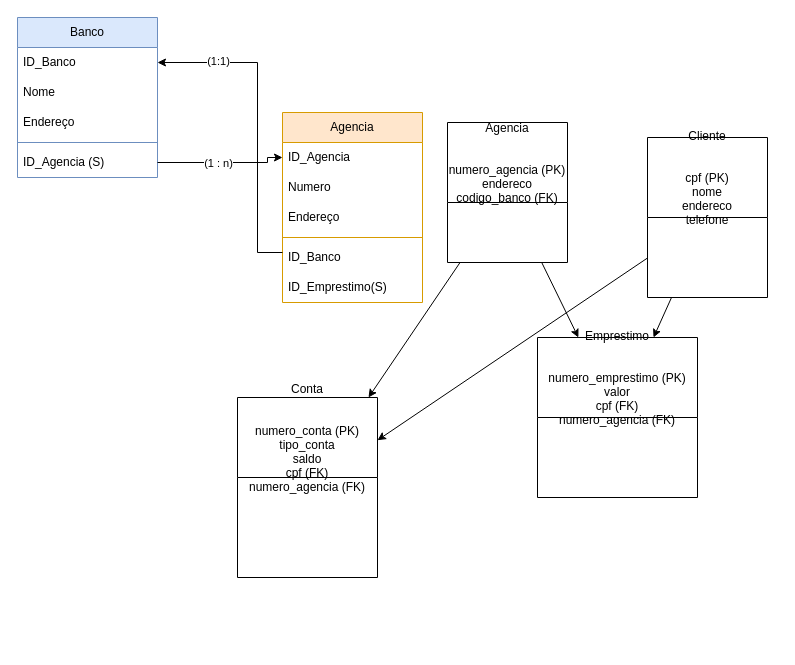
Above: Untitled Diagram.drawio in gv01d/BD (draw.io), before the change. Source tidied: cells renumbered, new cells numbered last; positions are measured from the earlier drawing's top-left corner, leaving out a move shared by most shapes. Both pictures are drawn from the tidied source at 100%, with x=0, y=0 at pixel (17, 17).
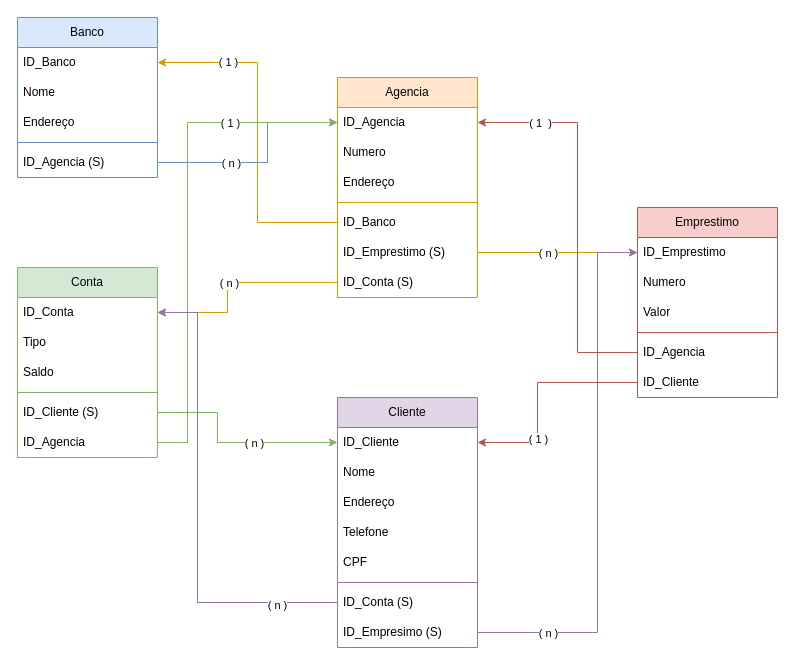
The same page after the edit.

The change refers to these unchanged cells:
```xml
<mxCell id="11" value="ID_Banco" style="text;strokeColor=none;fillColor=none;align=left;verticalAlign=middle;spacingLeft=4;spacingRight=4;overflow=hidden;points=[[0,0.5],[1,0.5]];portConstraint=eastwest;whiteSpace=wrap;html=1;" parent="10" vertex="1">
  <mxGeometry y="30" width="140" height="30" as="geometry" />
</mxCell>
<mxCell id="15" value="ID_Agencia (S)" style="text;strokeColor=none;fillColor=none;align=left;verticalAlign=middle;spacingLeft=4;spacingRight=4;overflow=hidden;points=[[0,0.5],[1,0.5]];portConstraint=eastwest;whiteSpace=wrap;html=1;" parent="10" vertex="1">
  <mxGeometry y="130" width="140" height="30" as="geometry" />
</mxCell>
<mxCell id="17" value="ID_Agencia" style="text;strokeColor=none;fillColor=none;align=left;verticalAlign=middle;spacingLeft=4;spacingRight=4;overflow=hidden;points=[[0,0.5],[1,0.5]];portConstraint=eastwest;whiteSpace=wrap;html=1;" parent="16" vertex="1">
  <mxGeometry y="30" width="140" height="30" as="geometry" />
</mxCell>
<mxCell id="21" value="ID_Banco" style="text;strokeColor=none;fillColor=none;align=left;verticalAlign=middle;spacingLeft=4;spacingRight=4;overflow=hidden;points=[[0,0.5],[1,0.5]];portConstraint=eastwest;whiteSpace=wrap;html=1;" parent="16" vertex="1">
  <mxGeometry y="130" width="140" height="30" as="geometry" />
</mxCell>
```

Diff of the diagram source:
```diff
@@
-    <mxCell id="2" value="Agencia&#10;&#10;&#10;numero_agencia (PK)&#10;endereco&#10;codigo_banco (FK)" style="shape=swimlane;horizontal=1;startSize=80;swimlaneFillColor=#ffffff;" parent="1" vertex="1">
-      <mxGeometry x="430" y="105" width="120" height="140" as="geometry" />
-    </mxCell>
-    <mxCell id="3" value="Cliente&#10;&#10;&#10;cpf (PK)&#10;nome&#10;endereco&#10;telefone" style="shape=swimlane;horizontal=1;startSize=80;swimlaneFillColor=#ffffff;" parent="1" vertex="1">
-      <mxGeometry x="630" y="120" width="120" height="160" as="geometry" />
-    </mxCell>
-    <mxCell id="4" value="Conta&#10;&#10;&#10;numero_conta (PK)&#10;tipo_conta&#10;saldo&#10;cpf (FK)&#10;numero_agencia (FK)" style="shape=swimlane;horizontal=1;startSize=80;swimlaneFillColor=#ffffff;" parent="1" vertex="1">
-      <mxGeometry x="220" y="380" width="140" height="180" as="geometry" />
-    </mxCell>
-    <mxCell id="5" value="Emprestimo&#10;&#10;&#10;numero_emprestimo (PK)&#10;valor&#10;cpf (FK)&#10;numero_agencia (FK)" style="shape=swimlane;horizontal=1;startSize=80;swimlaneFillColor=#ffffff;" parent="1" vertex="1">
-      <mxGeometry x="520" y="320" width="160" height="160" as="geometry" />
-    </mxCell>
-    <mxCell id="6" parent="1" edge="1" source="2" target="4">
-      <mxGeometry relative="1" as="geometry" />
-    </mxCell>
-    <mxCell id="7" parent="1" edge="1" source="3" target="4">
-      <mxGeometry relative="1" as="geometry" />
-    </mxCell>
-    <mxCell id="8" parent="1" edge="1" source="2" target="5">
-      <mxGeometry relative="1" as="geometry" />
-    </mxCell>
-    <mxCell id="9" parent="1" edge="1" source="3" target="5">
-      <mxGeometry relative="1" as="geometry" />
-    </mxCell>
@@
     <mxCell id="16" value="Agencia" style="swimlane;fontStyle=0;horizontal=1;startSize=30;whiteSpace=wrap;html=1;fillColor=#ffe6cc;strokeColor=#d79b00;" parent="1" vertex="1">
-      <mxGeometry x="265" y="95" width="140" height="190" as="geometry" />
+      <mxGeometry x="320" y="60" width="140" height="220" as="geometry" />
     </mxCell>
@@
-    <mxCell id="22" value="ID_Emprestimo(S)" style="text;strokeColor=none;fillColor=none;align=left;verticalAlign=middle;spacingLeft=4;spacingRight=4;overflow=hidden;points=[[0,0.5],[1,0.5]];portConstraint=eastwest;whiteSpace=wrap;html=1;" parent="16" vertex="1">
+    <mxCell id="22" value="ID_Emprestimo (S)" style="text;strokeColor=none;fillColor=none;align=left;verticalAlign=middle;spacingLeft=4;spacingRight=4;overflow=hidden;points=[[0,0.5],[1,0.5]];portConstraint=eastwest;whiteSpace=wrap;html=1;" parent="16" vertex="1">
       <mxGeometry y="160" width="140" height="30" as="geometry" />
     </mxCell>
+    <mxCell id="27" value="ID_Conta (S)" style="text;strokeColor=none;fillColor=none;align=left;verticalAlign=middle;spacingLeft=4;spacingRight=4;overflow=hidden;points=[[0,0.5],[1,0.5]];portConstraint=eastwest;whiteSpace=wrap;html=1;" parent="16" vertex="1">
+      <mxGeometry y="190" width="140" height="30" as="geometry" />
+    </mxCell>
-    <mxCell id="23" style="edgeStyle=orthogonalEdgeStyle;rounded=0;jettySize=auto;html=1;" parent="1" edge="1" source="21" target="11">
+    <mxCell id="23" style="edgeStyle=orthogonalEdgeStyle;rounded=0;jettySize=auto;html=1;fillColor=#ffe6cc;strokeColor=#d79b00;" parent="1" edge="1" source="21" target="11">
       <mxGeometry relative="1" as="geometry">
         <Array as="points">
-          <mxPoint x="240" y="235" />
+          <mxPoint x="240" y="205" />
           <mxPoint x="240" y="45" />
         </Array>
       </mxGeometry>
     </mxCell>
-    <mxCell id="24" value="(1:1)" style="edgeLabel;html=1;align=center;verticalAlign=middle;" parent="23" vertex="1">
+    <mxCell id="24" value="( 1 )" style="edgeLabel;html=1;align=center;verticalAlign=middle;" parent="23" vertex="1">
       <mxGeometry x="-0.05" y="5" relative="1" as="geometry">
-        <mxPoint x="-35" y="-66" as="offset" />
+        <mxPoint x="-25" y="-79" as="offset" />
       </mxGeometry>
     </mxCell>
-    <mxCell id="25" style="edgeStyle=orthogonalEdgeStyle;rounded=0;jettySize=auto;html=1;" parent="1" edge="1" source="15" target="17">
+    <mxCell id="25" style="edgeStyle=orthogonalEdgeStyle;rounded=0;jettySize=auto;html=1;fillColor=#dae8fc;strokeColor=#6c8ebf;" parent="1" edge="1" source="15" target="17">
       <mxGeometry relative="1" as="geometry">
         <Array as="points">
           <mxPoint x="250" y="145" />
-          <mxPoint x="250" y="140" />
+          <mxPoint x="250" y="105" />
         </Array>
       </mxGeometry>
     </mxCell>
-    <mxCell id="26" value="(1 : n)" style="edgeLabel;html=1;align=center;verticalAlign=middle;" parent="25" vertex="1">
+    <mxCell id="26" value="( n )" style="edgeLabel;html=1;align=center;verticalAlign=middle;" parent="25" vertex="1">
       <mxGeometry x="-0.19" y="1" relative="1" as="geometry">
-        <mxPoint x="7" y="1" as="offset" />
+        <mxPoint x="-16" y="1" as="offset" />
       </mxGeometry>
     </mxCell>
+    <mxCell id="28" value="Conta" style="swimlane;fontStyle=0;horizontal=1;startSize=30;whiteSpace=wrap;html=1;fillColor=#d5e8d4;strokeColor=#82b366;" parent="1" vertex="1">
+      <mxGeometry y="250" width="140" height="190" as="geometry" />
+    </mxCell>
+    <mxCell id="29" value="ID_Conta" style="text;strokeColor=none;fillColor=none;align=left;verticalAlign=middle;spacingLeft=4;spacingRight=4;overflow=hidden;points=[[0,0.5],[1,0.5]];portConstraint=eastwest;whiteSpace=wrap;html=1;" parent="28" vertex="1">
+      <mxGeometry y="30" width="140" height="30" as="geometry" />
+    </mxCell>
+    <mxCell id="30" value="Tipo" style="text;strokeColor=none;fillColor=none;align=left;verticalAlign=middle;spacingLeft=4;spacingRight=4;overflow=hidden;whiteSpace=wrap;html=1;" parent="28" vertex="1">
+      <mxGeometry y="60" width="140" height="30" as="geometry" />
+    </mxCell>
+    <mxCell id="31" value="Saldo" style="text;strokeColor=none;fillColor=none;align=left;verticalAlign=middle;spacingLeft=4;spacingRight=4;overflow=hidden;whiteSpace=wrap;html=1;" parent="28" vertex="1">
+      <mxGeometry y="90" width="140" height="30" as="geometry" />
+    </mxCell>
+    <mxCell id="32" style="line;strokeWidth=1;html=1;fillColor=#d5e8d4;strokeColor=#82b366;" parent="28" vertex="1">
+      <mxGeometry y="120" width="140" height="10" as="geometry" />
+    </mxCell>
+    <mxCell id="33" value="ID_Cliente (S)" style="text;strokeColor=none;fillColor=none;align=left;verticalAlign=middle;spacingLeft=4;spacingRight=4;overflow=hidden;points=[[0,0.5],[1,0.5]];portConstraint=eastwest;whiteSpace=wrap;html=1;" parent="28" vertex="1">
+      <mxGeometry y="130" width="140" height="30" as="geometry" />
+    </mxCell>
+    <mxCell id="34" value="ID_Agencia" style="text;strokeColor=none;fillColor=none;align=left;verticalAlign=middle;spacingLeft=4;spacingRight=4;overflow=hidden;points=[[0,0.5],[1,0.5]];portConstraint=eastwest;whiteSpace=wrap;html=1;" parent="28" vertex="1">
+      <mxGeometry y="160" width="140" height="30" as="geometry" />
+    </mxCell>
+    <mxCell id="35" style="edgeStyle=orthogonalEdgeStyle;rounded=0;jettySize=auto;html=1;fillColor=#ffe6cc;strokeColor=#d79b00;" parent="1" edge="1" source="27" target="29">
+      <mxGeometry relative="1" as="geometry">
+        <Array as="points">
+          <mxPoint x="210" y="265" />
+          <mxPoint x="210" y="295" />
+        </Array>
+      </mxGeometry>
+    </mxCell>
+    <mxCell id="36" value="( n )" style="edgeLabel;html=1;align=center;verticalAlign=middle;" parent="35" vertex="1">
+      <mxGeometry x="-0.16" relative="1" as="geometry">
+        <mxPoint x="-21" as="offset" />
+      </mxGeometry>
+    </mxCell>
+    <mxCell id="37" value="Cliente" style="swimlane;fontStyle=0;horizontal=1;startSize=30;whiteSpace=wrap;html=1;fillColor=#e1d5e7;strokeColor=#9673a6;" parent="1" vertex="1">
+      <mxGeometry x="320" y="380" width="140" height="250" as="geometry" />
+    </mxCell>
+    <mxCell id="38" value="ID_Cliente" style="text;strokeColor=none;fillColor=none;align=left;verticalAlign=middle;spacingLeft=4;spacingRight=4;overflow=hidden;points=[[0,0.5],[1,0.5]];portConstraint=eastwest;whiteSpace=wrap;html=1;" parent="37" vertex="1">
+      <mxGeometry y="30" width="140" height="30" as="geometry" />
+    </mxCell>
+    <mxCell id="39" value="Nome" style="text;strokeColor=none;fillColor=none;align=left;verticalAlign=middle;spacingLeft=4;spacingRight=4;overflow=hidden;whiteSpace=wrap;html=1;" parent="37" vertex="1">
+      <mxGeometry y="60" width="140" height="30" as="geometry" />
+    </mxCell>
+    <mxCell id="40" value="Endereço" style="text;strokeColor=none;fillColor=none;align=left;verticalAlign=middle;spacingLeft=4;spacingRight=4;overflow=hidden;whiteSpace=wrap;html=1;" parent="37" vertex="1">
+      <mxGeometry y="90" width="140" height="30" as="geometry" />
+    </mxCell>
+    <mxCell id="41" value="Telefone" style="text;strokeColor=none;fillColor=none;align=left;verticalAlign=middle;spacingLeft=4;spacingRight=4;overflow=hidden;whiteSpace=wrap;html=1;" parent="37" vertex="1">
+      <mxGeometry y="120" width="140" height="30" as="geometry" />
+    </mxCell>
+    <mxCell id="42" value="CPF" style="text;strokeColor=none;fillColor=none;align=left;verticalAlign=middle;spacingLeft=4;spacingRight=4;overflow=hidden;whiteSpace=wrap;html=1;" parent="37" vertex="1">
+      <mxGeometry y="150" width="140" height="30" as="geometry" />
+    </mxCell>
+    <mxCell id="43" style="line;strokeWidth=1;html=1;fillColor=#e1d5e7;strokeColor=#9673a6;" parent="37" vertex="1">
+      <mxGeometry y="180" width="140" height="10" as="geometry" />
+    </mxCell>
+    <mxCell id="44" value="ID_Conta (S)" style="text;strokeColor=none;fillColor=none;align=left;verticalAlign=middle;spacingLeft=4;spacingRight=4;overflow=hidden;points=[[0,0.5],[1,0.5]];portConstraint=eastwest;whiteSpace=wrap;html=1;" parent="37" vertex="1">
+      <mxGeometry y="190" width="140" height="30" as="geometry" />
+    </mxCell>
+    <mxCell id="45" value="ID_Empresimo (S)" style="text;strokeColor=none;fillColor=none;align=left;verticalAlign=middle;spacingLeft=4;spacingRight=4;overflow=hidden;points=[[0,0.5],[1,0.5]];portConstraint=eastwest;whiteSpace=wrap;html=1;" parent="37" vertex="1">
+      <mxGeometry y="220" width="140" height="30" as="geometry" />
+    </mxCell>
+    <mxCell id="46" style="edgeStyle=orthogonalEdgeStyle;rounded=0;jettySize=auto;html=1;entryX=0;entryY=0.5;entryDx=0;entryDy=0;fillColor=#d5e8d4;strokeColor=#82b366;" parent="1" edge="1" source="34" target="17">
+      <mxGeometry relative="1" as="geometry">
+        <Array as="points">
+          <mxPoint x="170" y="425" />
+          <mxPoint x="170" y="105" />
+        </Array>
+      </mxGeometry>
+    </mxCell>
+    <mxCell id="47" value="( 1 )" style="edgeLabel;html=1;align=center;verticalAlign=middle;" parent="46" vertex="1">
+      <mxGeometry x="0.49" relative="1" as="geometry">
+        <mxPoint x="19" as="offset" />
+      </mxGeometry>
+    </mxCell>
+    <mxCell id="48" style="edgeStyle=orthogonalEdgeStyle;rounded=0;jettySize=auto;html=1;fillColor=#d5e8d4;strokeColor=#82b366;" parent="1" edge="1" source="33" target="38">
+      <mxGeometry relative="1" as="geometry">
+        <Array as="points">
+          <mxPoint x="200" y="395" />
+          <mxPoint x="200" y="425" />
+        </Array>
+      </mxGeometry>
+    </mxCell>
+    <mxCell id="49" value="( n )" style="edgeLabel;html=1;align=center;verticalAlign=middle;" parent="48" vertex="1">
+      <mxGeometry x="0.3" y="-3" relative="1" as="geometry">
+        <mxPoint x="-11" y="-3" as="offset" />
+      </mxGeometry>
+    </mxCell>
+    <mxCell id="50" style="edgeStyle=orthogonalEdgeStyle;rounded=0;jettySize=auto;html=1;entryX=1;entryY=0.5;entryDx=0;entryDy=0;fillColor=#e1d5e7;strokeColor=#9673a6;" parent="1" edge="1" source="44" target="29">
+      <mxGeometry relative="1" as="geometry">
+        <Array as="points">
+          <mxPoint x="180" y="585" />
+          <mxPoint x="180" y="295" />
+        </Array>
+      </mxGeometry>
+    </mxCell>
+    <mxCell id="51" value="( n )" style="edgeLabel;html=1;align=center;verticalAlign=middle;" parent="50" vertex="1">
+      <mxGeometry x="-0.74" y="2" relative="1" as="geometry" />
+    </mxCell>
+    <mxCell id="52" value="Emprestimo" style="swimlane;fontStyle=0;horizontal=1;startSize=30;whiteSpace=wrap;html=1;fillColor=#f8cecc;strokeColor=#b85450;" parent="1" vertex="1">
+      <mxGeometry x="620" y="190" width="140" height="190" as="geometry" />
+    </mxCell>
+    <mxCell id="53" value="ID_Emprestimo" style="text;strokeColor=none;fillColor=none;align=left;verticalAlign=middle;spacingLeft=4;spacingRight=4;overflow=hidden;points=[[0,0.5],[1,0.5]];portConstraint=eastwest;whiteSpace=wrap;html=1;" parent="52" vertex="1">
+      <mxGeometry y="30" width="140" height="30" as="geometry" />
+    </mxCell>
+    <mxCell id="54" value="Numero" style="text;strokeColor=none;fillColor=none;align=left;verticalAlign=middle;spacingLeft=4;spacingRight=4;overflow=hidden;whiteSpace=wrap;html=1;" parent="52" vertex="1">
+      <mxGeometry y="60" width="140" height="30" as="geometry" />
+    </mxCell>
+    <mxCell id="55" value="Valor" style="text;strokeColor=none;fillColor=none;align=left;verticalAlign=middle;spacingLeft=4;spacingRight=4;overflow=hidden;whiteSpace=wrap;html=1;" parent="52" vertex="1">
+      <mxGeometry y="90" width="140" height="30" as="geometry" />
+    </mxCell>
+    <mxCell id="56" style="line;strokeWidth=1;html=1;fillColor=#f8cecc;strokeColor=#b85450;" parent="52" vertex="1">
+      <mxGeometry y="120" width="140" height="10" as="geometry" />
+    </mxCell>
+    <mxCell id="57" value="ID_Agencia" style="text;strokeColor=none;fillColor=none;align=left;verticalAlign=middle;spacingLeft=4;spacingRight=4;overflow=hidden;points=[[0,0.5],[1,0.5]];portConstraint=eastwest;whiteSpace=wrap;html=1;" parent="52" vertex="1">
+      <mxGeometry y="130" width="140" height="30" as="geometry" />
+    </mxCell>
+    <mxCell id="58" value="ID_Cliente" style="text;strokeColor=none;fillColor=none;align=left;verticalAlign=middle;spacingLeft=4;spacingRight=4;overflow=hidden;points=[[0,0.5],[1,0.5]];portConstraint=eastwest;whiteSpace=wrap;html=1;" parent="52" vertex="1">
+      <mxGeometry y="160" width="140" height="30" as="geometry" />
+    </mxCell>
+    <mxCell id="59" style="edgeStyle=orthogonalEdgeStyle;rounded=0;jettySize=auto;html=1;fillColor=#ffe6cc;strokeColor=#d79b00;" parent="1" edge="1" source="22" target="53">
+      <mxGeometry relative="1" as="geometry" />
+    </mxCell>
+    <mxCell id="60" value="( n )" style="edgeLabel;html=1;align=center;verticalAlign=middle;" parent="59" vertex="1">
+      <mxGeometry x="-0.24" y="-2" relative="1" as="geometry">
+        <mxPoint x="9" y="-2" as="offset" />
+      </mxGeometry>
+    </mxCell>
+    <mxCell id="61" style="edgeStyle=orthogonalEdgeStyle;rounded=0;jettySize=auto;html=1;fillColor=#e1d5e7;strokeColor=#9673a6;" parent="1" edge="1" source="45" target="53">
+      <mxGeometry relative="1" as="geometry">
+        <Array as="points">
+          <mxPoint x="580" y="615" />
+          <mxPoint x="580" y="235" />
+        </Array>
+      </mxGeometry>
+    </mxCell>
+    <mxCell id="62" value="( n )" style="edgeLabel;html=1;align=center;verticalAlign=middle;" parent="61" vertex="1">
+      <mxGeometry x="-0.76" y="-4" relative="1" as="geometry">
+        <mxPoint x="5" y="-4" as="offset" />
+      </mxGeometry>
+    </mxCell>
+    <mxCell id="63" style="edgeStyle=orthogonalEdgeStyle;rounded=0;jettySize=auto;html=1;entryX=1;entryY=0.5;entryDx=0;entryDy=0;fillColor=#f8cecc;strokeColor=#b85450;" parent="1" edge="1" source="57" target="17">
+      <mxGeometry relative="1" as="geometry">
+        <Array as="points">
+          <mxPoint x="560" y="335" />
+          <mxPoint x="560" y="105" />
+        </Array>
+      </mxGeometry>
+    </mxCell>
+    <mxCell id="64" value="( 1&amp;nbsp; ) " style="edgeLabel;html=1;align=center;verticalAlign=middle;" parent="63" vertex="1">
+      <mxGeometry x="0.68" relative="1" as="geometry" />
+    </mxCell>
+    <mxCell id="65" style="edgeStyle=orthogonalEdgeStyle;rounded=0;jettySize=auto;html=1;entryX=1;entryY=0.5;entryDx=0;entryDy=0;fillColor=#f8cecc;strokeColor=#b85450;" parent="1" edge="1" source="58" target="38">
+      <mxGeometry relative="1" as="geometry">
+        <Array as="points">
+          <mxPoint x="520" y="365" />
+          <mxPoint x="520" y="425" />
+        </Array>
+      </mxGeometry>
+    </mxCell>
+    <mxCell id="66" value="( 1 )" style="edgeLabel;html=1;align=center;verticalAlign=middle;" parent="65" vertex="1">
+      <mxGeometry x="0.35" y="-2" relative="1" as="geometry">
+        <mxPoint x="2" y="7" as="offset" />
+      </mxGeometry>
+    </mxCell>
```
